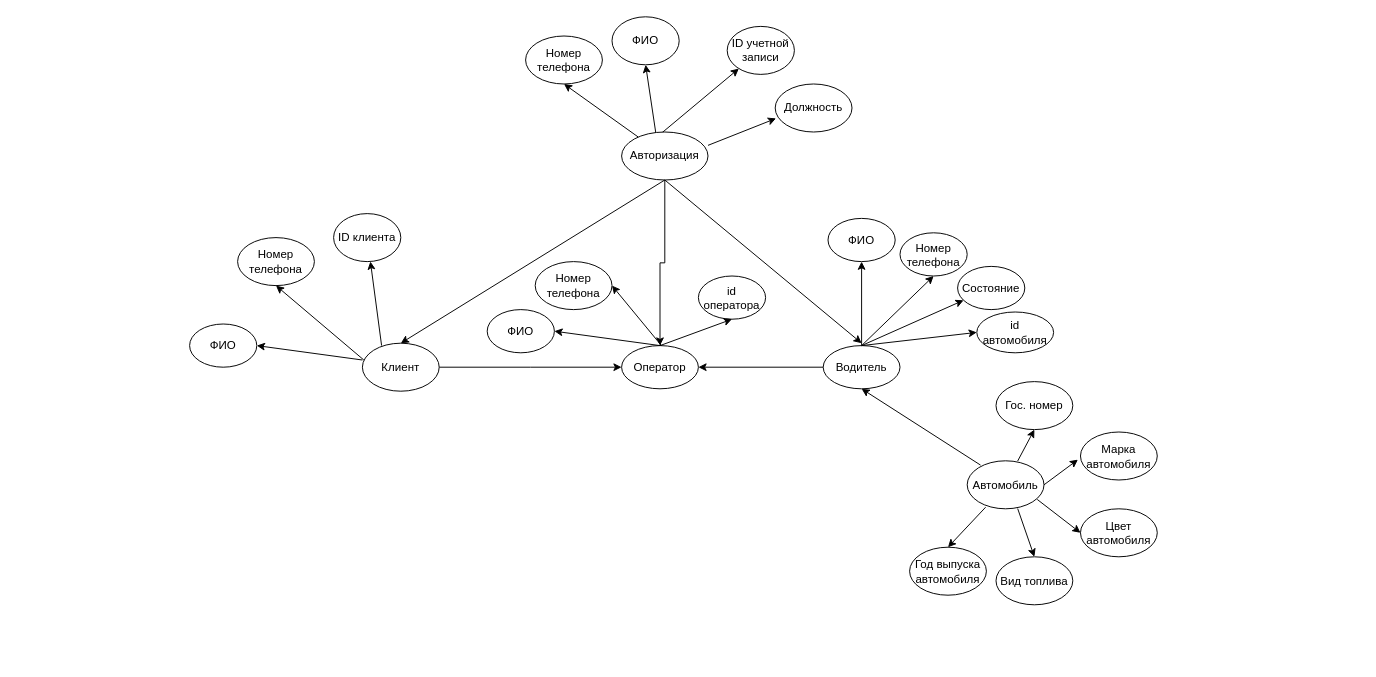
Above: База данных/ERдиаграмаНовая.drawio in igKaneProgrammer/allprojects (draw.io), before the change. Source tidied: cells renumbered, new cells numbered last; positions are measured from the earlier drawing's top-left corner, leaving out a move shared by most shapes. Both pictures are drawn from the tidied source at 96%, with x=0, y=0 at pixel (189, 16).
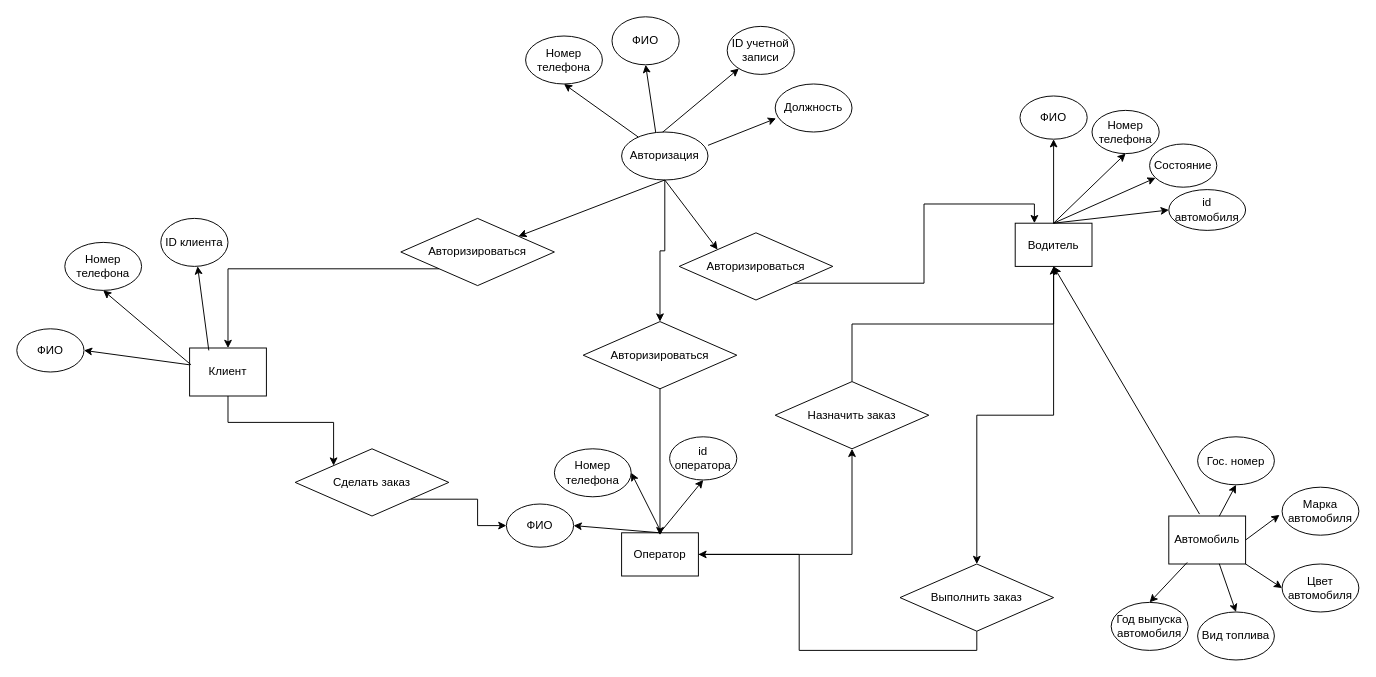
The same diagram, later.

Unchanged cells that the change refers to:
```xml
<mxCell id="38" value="Авторизация" style="ellipse;whiteSpace=wrap;html=1;" parent="1" vertex="1">
  <mxGeometry x="450" y="120" width="90" height="50" as="geometry" />
</mxCell>
```

Change to the diagram source:
```diff
@@
-    <mxCell id="2" style="edgeStyle=orthogonalEdgeStyle;rounded=0;jettySize=auto;html=1;exitX=1;exitY=0.5;exitDx=0;exitDy=0;" parent="1" edge="1" source="3">
-      <mxGeometry relative="1" as="geometry">
-        <mxPoint x="450" y="365" as="targetPoint" />
-      </mxGeometry>
-    </mxCell>
+    <mxCell id="51" style="edgeStyle=orthogonalEdgeStyle;rounded=0;jettySize=auto;html=1;exitX=0.5;exitY=1;exitDx=0;exitDy=0;entryX=0;entryY=0;entryDx=0;entryDy=0;" parent="1" edge="1" source="3" target="58">
+      <mxGeometry relative="1" as="geometry" />
+    </mxCell>
-    <mxCell id="3" value="Клиент" style="ellipse;whiteSpace=wrap;html=1;" parent="1" vertex="1">
-      <mxGeometry x="180" y="340" width="80" height="50" as="geometry" />
+    <mxCell id="3" value="Клиент" style="rounded=0;whiteSpace=wrap;html=1;" parent="1" vertex="1">
+      <mxGeometry y="345" width="80" height="50" as="geometry" />
     </mxCell>
@@
+    <mxCell id="52" style="edgeStyle=orthogonalEdgeStyle;rounded=0;jettySize=auto;html=1;exitX=1;exitY=0.5;exitDx=0;exitDy=0;entryX=0.5;entryY=1;entryDx=0;entryDy=0;" parent="1" edge="1" source="8" target="66">
+      <mxGeometry relative="1" as="geometry" />
+    </mxCell>
-    <mxCell id="8" value="Оператор" style="ellipse;whiteSpace=wrap;html=1;" parent="1" vertex="1">
-      <mxGeometry x="450" y="342.5" width="80" height="45" as="geometry" />
+    <mxCell id="8" value="Оператор" style="rounded=0;whiteSpace=wrap;html=1;" parent="1" vertex="1">
+      <mxGeometry x="450" y="537.5" width="80" height="45" as="geometry" />
     </mxCell>
     <mxCell id="9" value="ФИО" style="ellipse;whiteSpace=wrap;html=1;" parent="1" vertex="1">
-      <mxGeometry x="310" y="305" width="70" height="45" as="geometry" />
+      <mxGeometry x="330" y="507.5" width="70" height="45" as="geometry" />
     </mxCell>
     <mxCell id="10" value="id оператора" style="ellipse;whiteSpace=wrap;html=1;" parent="1" vertex="1">
-      <mxGeometry x="530" y="270" width="70" height="45" as="geometry" />
+      <mxGeometry x="500" y="437.5" width="70" height="45" as="geometry" />
     </mxCell>
@@
-    <mxCell id="15" style="edgeStyle=orthogonalEdgeStyle;rounded=0;jettySize=auto;html=1;exitX=0;exitY=0.5;exitDx=0;exitDy=0;entryX=1;entryY=0.5;entryDx=0;entryDy=0;" parent="1" edge="1" source="16" target="8">
-      <mxGeometry relative="1" as="geometry" />
-    </mxCell>
+    <mxCell id="53" style="edgeStyle=orthogonalEdgeStyle;rounded=0;jettySize=auto;html=1;exitX=0.5;exitY=1;exitDx=0;exitDy=0;entryX=0.5;entryY=0;entryDx=0;entryDy=0;" parent="1" edge="1" source="16" target="64">
+      <mxGeometry relative="1" as="geometry" />
+    </mxCell>
-    <mxCell id="16" value="Водитель" style="ellipse;whiteSpace=wrap;html=1;" parent="1" vertex="1">
-      <mxGeometry x="660" y="342.5" width="80" height="45" as="geometry" />
+    <mxCell id="16" value="Водитель" style="rounded=0;whiteSpace=wrap;html=1;" parent="1" vertex="1">
+      <mxGeometry x="860" y="215" width="80" height="45" as="geometry" />
     </mxCell>
     <mxCell id="17" value="ФИО" style="ellipse;whiteSpace=wrap;html=1;" parent="1" vertex="1">
-      <mxGeometry x="665" y="210" width="70" height="45" as="geometry" />
+      <mxGeometry x="865" y="82.5" width="70" height="45" as="geometry" />
     </mxCell>
     <mxCell id="18" value="Номер телефона" style="ellipse;whiteSpace=wrap;html=1;" parent="1" vertex="1">
-      <mxGeometry x="740" y="225" width="70" height="45" as="geometry" />
+      <mxGeometry x="940" y="97.5" width="70" height="45" as="geometry" />
     </mxCell>
     <mxCell id="19" value="Состояние" style="ellipse;whiteSpace=wrap;html=1;" parent="1" vertex="1">
-      <mxGeometry x="800" y="260" width="70" height="45" as="geometry" />
+      <mxGeometry x="1000" y="132.5" width="70" height="45" as="geometry" />
     </mxCell>
     <mxCell id="20" value="id автомобиля" style="ellipse;whiteSpace=wrap;html=1;" parent="1" vertex="1">
-      <mxGeometry x="820" y="307.5" width="80" height="42.5" as="geometry" />
+      <mxGeometry x="1020" y="180" width="80" height="42.5" as="geometry" />
     </mxCell>
@@
-    <mxCell id="25" value="Автомобиль" style="ellipse;whiteSpace=wrap;html=1;" parent="1" vertex="1">
-      <mxGeometry x="810" y="462.5" width="80" height="50" as="geometry" />
+    <mxCell id="25" value="Автомобиль" style="rounded=0;whiteSpace=wrap;html=1;" parent="1" vertex="1">
+      <mxGeometry x="1020" y="520" width="80" height="50" as="geometry" />
     </mxCell>
-    <mxCell id="26" style="endArrow=classic;html=1;rounded=0;exitX=0.174;exitY=0.09;exitDx=0;exitDy=0;entryX=0.5;entryY=1;entryDx=0;entryDy=0;exitPerimeter=0;" parent="1" edge="1" source="25" target="16">
+    <mxCell id="26" style="endArrow=classic;html=1;rounded=0;exitX=0.4;exitY=-0.04;exitDx=0;exitDy=0;entryX=0.5;entryY=1;entryDx=0;entryDy=0;exitPerimeter=0;" parent="1" edge="1" source="25" target="16">
       <mxGeometry relative="1" as="geometry" />
     </mxCell>
     <mxCell id="27" value="Гос. номер" style="ellipse;whiteSpace=wrap;html=1;" parent="1" vertex="1">
-      <mxGeometry x="840" y="380" width="80" height="50" as="geometry" />
+      <mxGeometry x="1050" y="437.5" width="80" height="50" as="geometry" />
     </mxCell>
     <mxCell id="28" value="Марка автомобиля" style="ellipse;whiteSpace=wrap;html=1;" parent="1" vertex="1">
-      <mxGeometry x="928" y="432.5" width="80" height="50" as="geometry" />
+      <mxGeometry x="1138" y="490" width="80" height="50" as="geometry" />
     </mxCell>
     <mxCell id="29" value="Цвет автомобиля" style="ellipse;whiteSpace=wrap;html=1;" parent="1" vertex="1">
-      <mxGeometry x="928" y="512.5" width="80" height="50" as="geometry" />
+      <mxGeometry x="1138" y="570" width="80" height="50" as="geometry" />
     </mxCell>
     <mxCell id="30" value="Вид топлива" style="ellipse;whiteSpace=wrap;html=1;" parent="1" vertex="1">
-      <mxGeometry x="840" y="562.5" width="80" height="50" as="geometry" />
+      <mxGeometry x="1050" y="620" width="80" height="50" as="geometry" />
     </mxCell>
     <mxCell id="31" value="Год выпуска автомобиля" style="ellipse;whiteSpace=wrap;html=1;" parent="1" vertex="1">
-      <mxGeometry x="750" y="552.5" width="80" height="50" as="geometry" />
+      <mxGeometry x="960" y="610" width="80" height="50" as="geometry" />
     </mxCell>
@@
-    <mxCell id="34" style="endArrow=classic;html=1;rounded=0;exitX=0.912;exitY=0.805;exitDx=0;exitDy=0;exitPerimeter=0;entryX=0;entryY=0.5;entryDx=0;entryDy=0;" parent="1" edge="1" source="25" target="29">
-      <mxGeometry relative="1" as="geometry" />
+    <mxCell id="34" style="endArrow=classic;html=1;rounded=0;entryX=0;entryY=0.5;entryDx=0;entryDy=0;" parent="1" edge="1" target="29">
+      <mxGeometry relative="1" as="geometry">
+        <mxPoint x="1100" y="570" as="sourcePoint" />
+      </mxGeometry>
     </mxCell>
@@
-    <mxCell id="37" style="edgeStyle=orthogonalEdgeStyle;rounded=0;jettySize=auto;html=1;entryX=0.5;entryY=0;entryDx=0;entryDy=0;" parent="1" edge="1" source="38" target="8">
-      <mxGeometry relative="1" as="geometry" />
-    </mxCell>
+    <mxCell id="54" style="edgeStyle=orthogonalEdgeStyle;rounded=0;jettySize=auto;html=1;exitX=0.5;exitY=1;exitDx=0;exitDy=0;" parent="1" edge="1" source="38" target="62">
+      <mxGeometry relative="1" as="geometry" />
+    </mxCell>
@@
-    <mxCell id="41" style="endArrow=classic;html=1;rounded=0;exitX=0.5;exitY=1;exitDx=0;exitDy=0;entryX=0.5;entryY=0;entryDx=0;entryDy=0;" parent="1" edge="1" source="38" target="3">
+    <mxCell id="41" style="endArrow=classic;html=1;rounded=0;exitX=0.5;exitY=1;exitDx=0;exitDy=0;" parent="1" edge="1" source="38" target="56">
       <mxGeometry relative="1" as="geometry" />
     </mxCell>
-    <mxCell id="42" style="endArrow=classic;html=1;rounded=0;exitX=0.5;exitY=1;exitDx=0;exitDy=0;" parent="1" edge="1" source="38">
-      <mxGeometry relative="1" as="geometry">
-        <mxPoint x="700" y="340" as="targetPoint" />
-      </mxGeometry>
+    <mxCell id="42" style="endArrow=classic;html=1;rounded=0;exitX=0.5;exitY=1;exitDx=0;exitDy=0;entryX=0;entryY=0;entryDx=0;entryDy=0;" parent="1" edge="1" source="38" target="60">
+      <mxGeometry relative="1" as="geometry" />
     </mxCell>
     <mxCell id="43" value="Номер телефона" style="ellipse;whiteSpace=wrap;html=1;" parent="1" vertex="1">
-      <mxGeometry x="360" y="255" width="80" height="50" as="geometry" />
+      <mxGeometry x="380" y="450" width="80" height="50" as="geometry" />
     </mxCell>
     <mxCell id="44" style="endArrow=classic;html=1;rounded=0;entryX=1;entryY=0.5;entryDx=0;entryDy=0;" parent="1" edge="1" target="43">
       <mxGeometry relative="1" as="geometry">
-        <mxPoint x="491.5" y="342.5" as="sourcePoint" />
+        <mxPoint x="491.5" y="537.5" as="sourcePoint" />
       </mxGeometry>
     </mxCell>
     <mxCell id="45" value="ФИО" style="ellipse;whiteSpace=wrap;html=1;" parent="1" vertex="1">
-      <mxGeometry y="320" width="70" height="45" as="geometry" />
+      <mxGeometry x="-180" y="325" width="70" height="45" as="geometry" />
     </mxCell>
     <mxCell id="46" style="endArrow=classic;html=1;rounded=0;exitX=0.5;exitY=0;exitDx=0;exitDy=0;entryX=1;entryY=0.5;entryDx=0;entryDy=0;" parent="1" edge="1" target="45">
       <mxGeometry relative="1" as="geometry">
-        <mxPoint x="180" y="357.5" as="sourcePoint" />
+        <mxPoint y="362.5" as="sourcePoint" />
       </mxGeometry>
     </mxCell>
     <mxCell id="47" value="Номер телефона" style="ellipse;whiteSpace=wrap;html=1;" parent="1" vertex="1">
-      <mxGeometry x="50" y="230" width="80" height="50" as="geometry" />
+      <mxGeometry x="-130" y="235" width="80" height="50" as="geometry" />
     </mxCell>
     <mxCell id="48" style="endArrow=classic;html=1;rounded=0;entryX=0.5;entryY=1;entryDx=0;entryDy=0;" parent="1" edge="1" target="47">
       <mxGeometry relative="1" as="geometry">
-        <mxPoint x="181.5" y="357.5" as="sourcePoint" />
+        <mxPoint x="1.5" y="362.5" as="sourcePoint" />
       </mxGeometry>
     </mxCell>
     <mxCell id="49" value="ID клиента" style="ellipse;whiteSpace=wrap;html=1;" parent="1" vertex="1">
-      <mxGeometry x="150" y="205" width="70" height="50" as="geometry" />
+      <mxGeometry x="-30" y="210" width="70" height="50" as="geometry" />
     </mxCell>
     <mxCell id="50" style="endArrow=classic;html=1;rounded=0;" parent="1" edge="1" target="49">
       <mxGeometry relative="1" as="geometry">
-        <mxPoint x="200" y="342.5" as="sourcePoint" />
+        <mxPoint x="20" y="347.5" as="sourcePoint" />
       </mxGeometry>
     </mxCell>
+    <mxCell id="55" style="edgeStyle=orthogonalEdgeStyle;rounded=0;jettySize=auto;html=1;exitX=0;exitY=1;exitDx=0;exitDy=0;entryX=0.5;entryY=0;entryDx=0;entryDy=0;" parent="1" edge="1" source="56" target="3">
+      <mxGeometry relative="1" as="geometry" />
+    </mxCell>
+    <mxCell id="56" value="Авторизироваться" style="rhombus;whiteSpace=wrap;html=1;" parent="1" vertex="1">
+      <mxGeometry x="220" y="210" width="160" height="70" as="geometry" />
+    </mxCell>
+    <mxCell id="57" style="edgeStyle=orthogonalEdgeStyle;rounded=0;jettySize=auto;html=1;exitX=1;exitY=1;exitDx=0;exitDy=0;entryX=0;entryY=0.5;entryDx=0;entryDy=0;" parent="1" edge="1" source="58" target="9">
+      <mxGeometry relative="1" as="geometry" />
+    </mxCell>
+    <mxCell id="58" value="Сделать заказ" style="rhombus;whiteSpace=wrap;html=1;" parent="1" vertex="1">
+      <mxGeometry x="110" y="450" width="160" height="70" as="geometry" />
+    </mxCell>
+    <mxCell id="59" style="edgeStyle=orthogonalEdgeStyle;rounded=0;jettySize=auto;html=1;exitX=1;exitY=1;exitDx=0;exitDy=0;entryX=0.25;entryY=0;entryDx=0;entryDy=0;" parent="1" edge="1" source="60" target="16">
+      <mxGeometry relative="1" as="geometry" />
+    </mxCell>
+    <mxCell id="60" value="Авторизироваться" style="rhombus;whiteSpace=wrap;html=1;" parent="1" vertex="1">
+      <mxGeometry x="510" y="225" width="160" height="70" as="geometry" />
+    </mxCell>
+    <mxCell id="61" style="edgeStyle=orthogonalEdgeStyle;rounded=0;jettySize=auto;html=1;exitX=0.5;exitY=1;exitDx=0;exitDy=0;" parent="1" edge="1" source="62">
+      <mxGeometry relative="1" as="geometry">
+        <mxPoint x="490" y="540" as="targetPoint" />
+      </mxGeometry>
+    </mxCell>
+    <mxCell id="62" value="Авторизироваться" style="rhombus;whiteSpace=wrap;html=1;" parent="1" vertex="1">
+      <mxGeometry x="410" y="317.5" width="160" height="70" as="geometry" />
+    </mxCell>
+    <mxCell id="63" style="edgeStyle=orthogonalEdgeStyle;rounded=0;jettySize=auto;html=1;exitX=0.5;exitY=1;exitDx=0;exitDy=0;entryX=1;entryY=0.5;entryDx=0;entryDy=0;" parent="1" edge="1" source="64" target="8">
+      <mxGeometry relative="1" as="geometry" />
+    </mxCell>
+    <mxCell id="64" value="Выполнить заказ" style="rhombus;whiteSpace=wrap;html=1;" parent="1" vertex="1">
+      <mxGeometry x="740" y="570" width="160" height="70" as="geometry" />
+    </mxCell>
+    <mxCell id="65" style="edgeStyle=orthogonalEdgeStyle;rounded=0;jettySize=auto;html=1;exitX=0.5;exitY=0;exitDx=0;exitDy=0;entryX=0.5;entryY=1;entryDx=0;entryDy=0;" parent="1" edge="1" source="66" target="16">
+      <mxGeometry relative="1" as="geometry" />
+    </mxCell>
+    <mxCell id="66" value="Назначить заказ" style="rhombus;whiteSpace=wrap;html=1;" parent="1" vertex="1">
+      <mxGeometry x="610" y="380" width="160" height="70" as="geometry" />
+    </mxCell>
```
